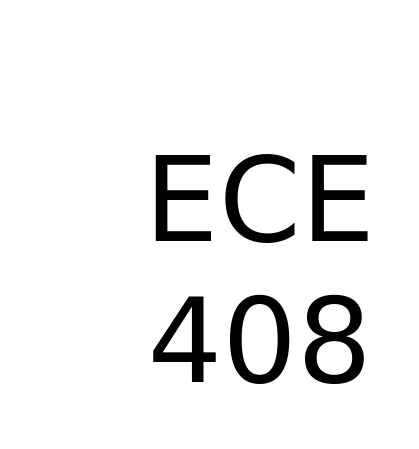
Above: images/icon.drawio in BiEchi/ece408-remote-control (draw.io), before the change. Source tidied: cells renumbered, new cells numbered last; positions are measured from the earlier drawing's top-left corner, leaving out a move shared by most shapes. Both pictures are drawn from the tidied source at 196%, with x=0, y=0 at pixel (131, 122).
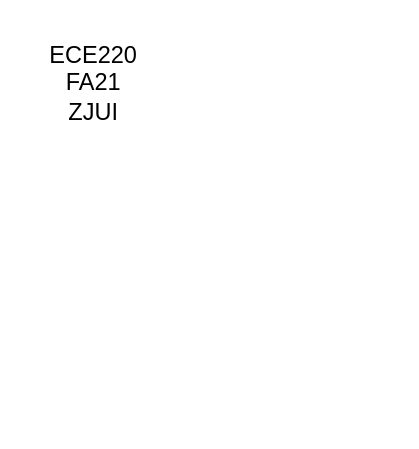
Above is the later version.

The edit, as a diff of the source:
```diff
@@
 <mxGraphModel>
   <root>
     <mxCell id="0" />
     <mxCell id="1" parent="0" />
-    <mxCell id="2" value="ECE&lt;br style=&quot;font-size: 60px;&quot;&gt;408" style="text;html=1;align=center;verticalAlign=middle;fontFamily=Verdana;fontSize=60;" parent="1" vertex="1">
-      <mxGeometry width="130" height="150" as="geometry" />
-    </mxCell>
+    <mxCell id="3" value="ECE220&lt;br&gt;FA21&lt;br&gt;ZJUI" style="text;html=1;align=center;verticalAlign=middle;" parent="1" vertex="1">
+      <mxGeometry x="-50" y="-45" width="60" height="50" as="geometry" />
+    </mxCell>
   </root>
 </mxGraphModel>
```
